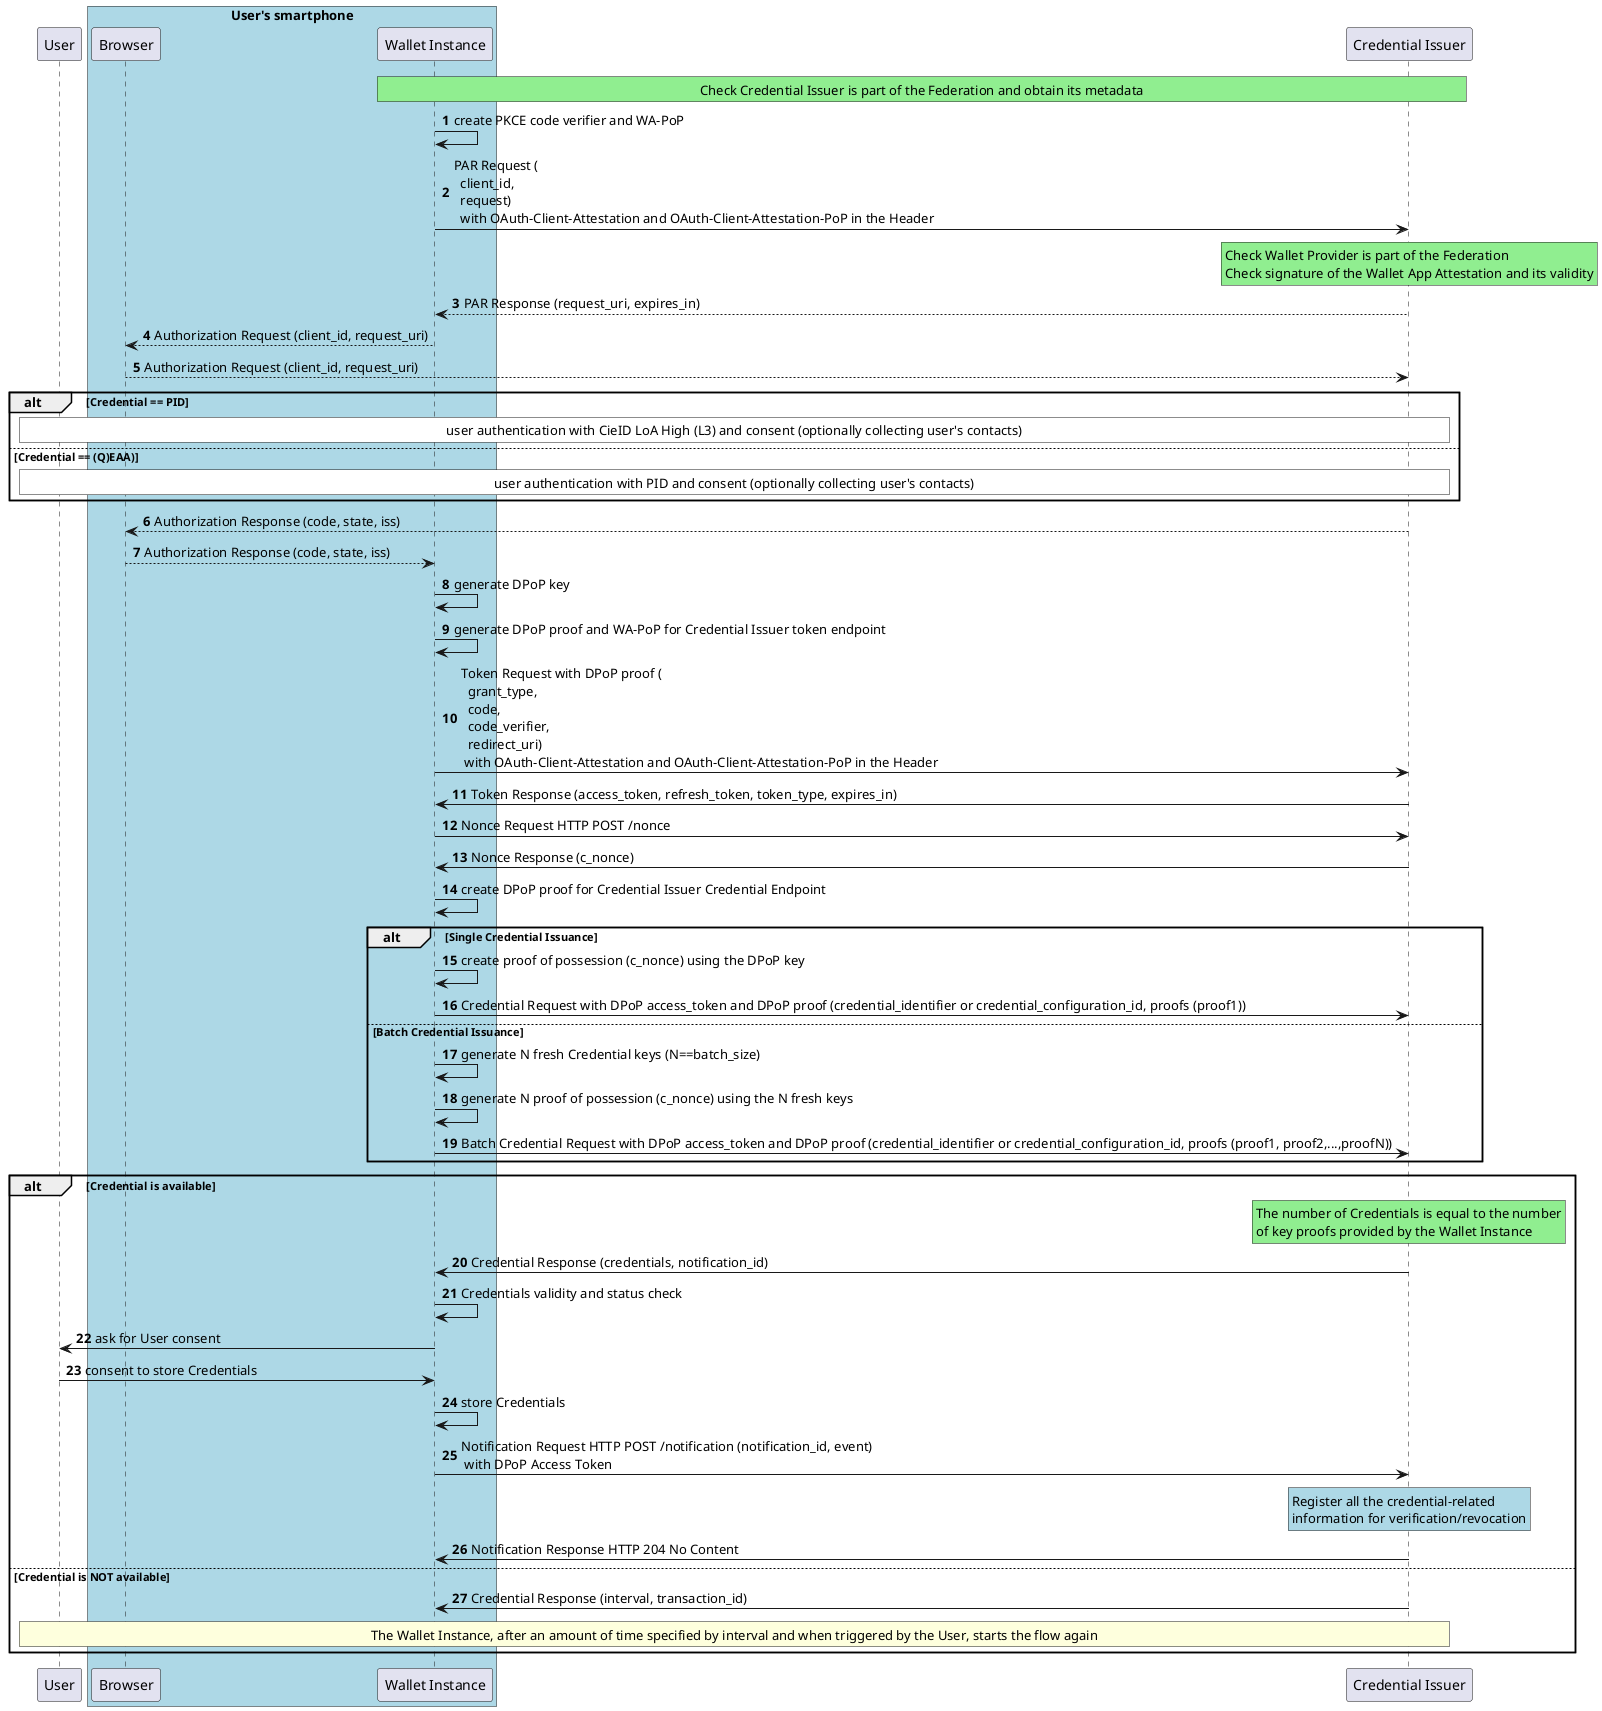
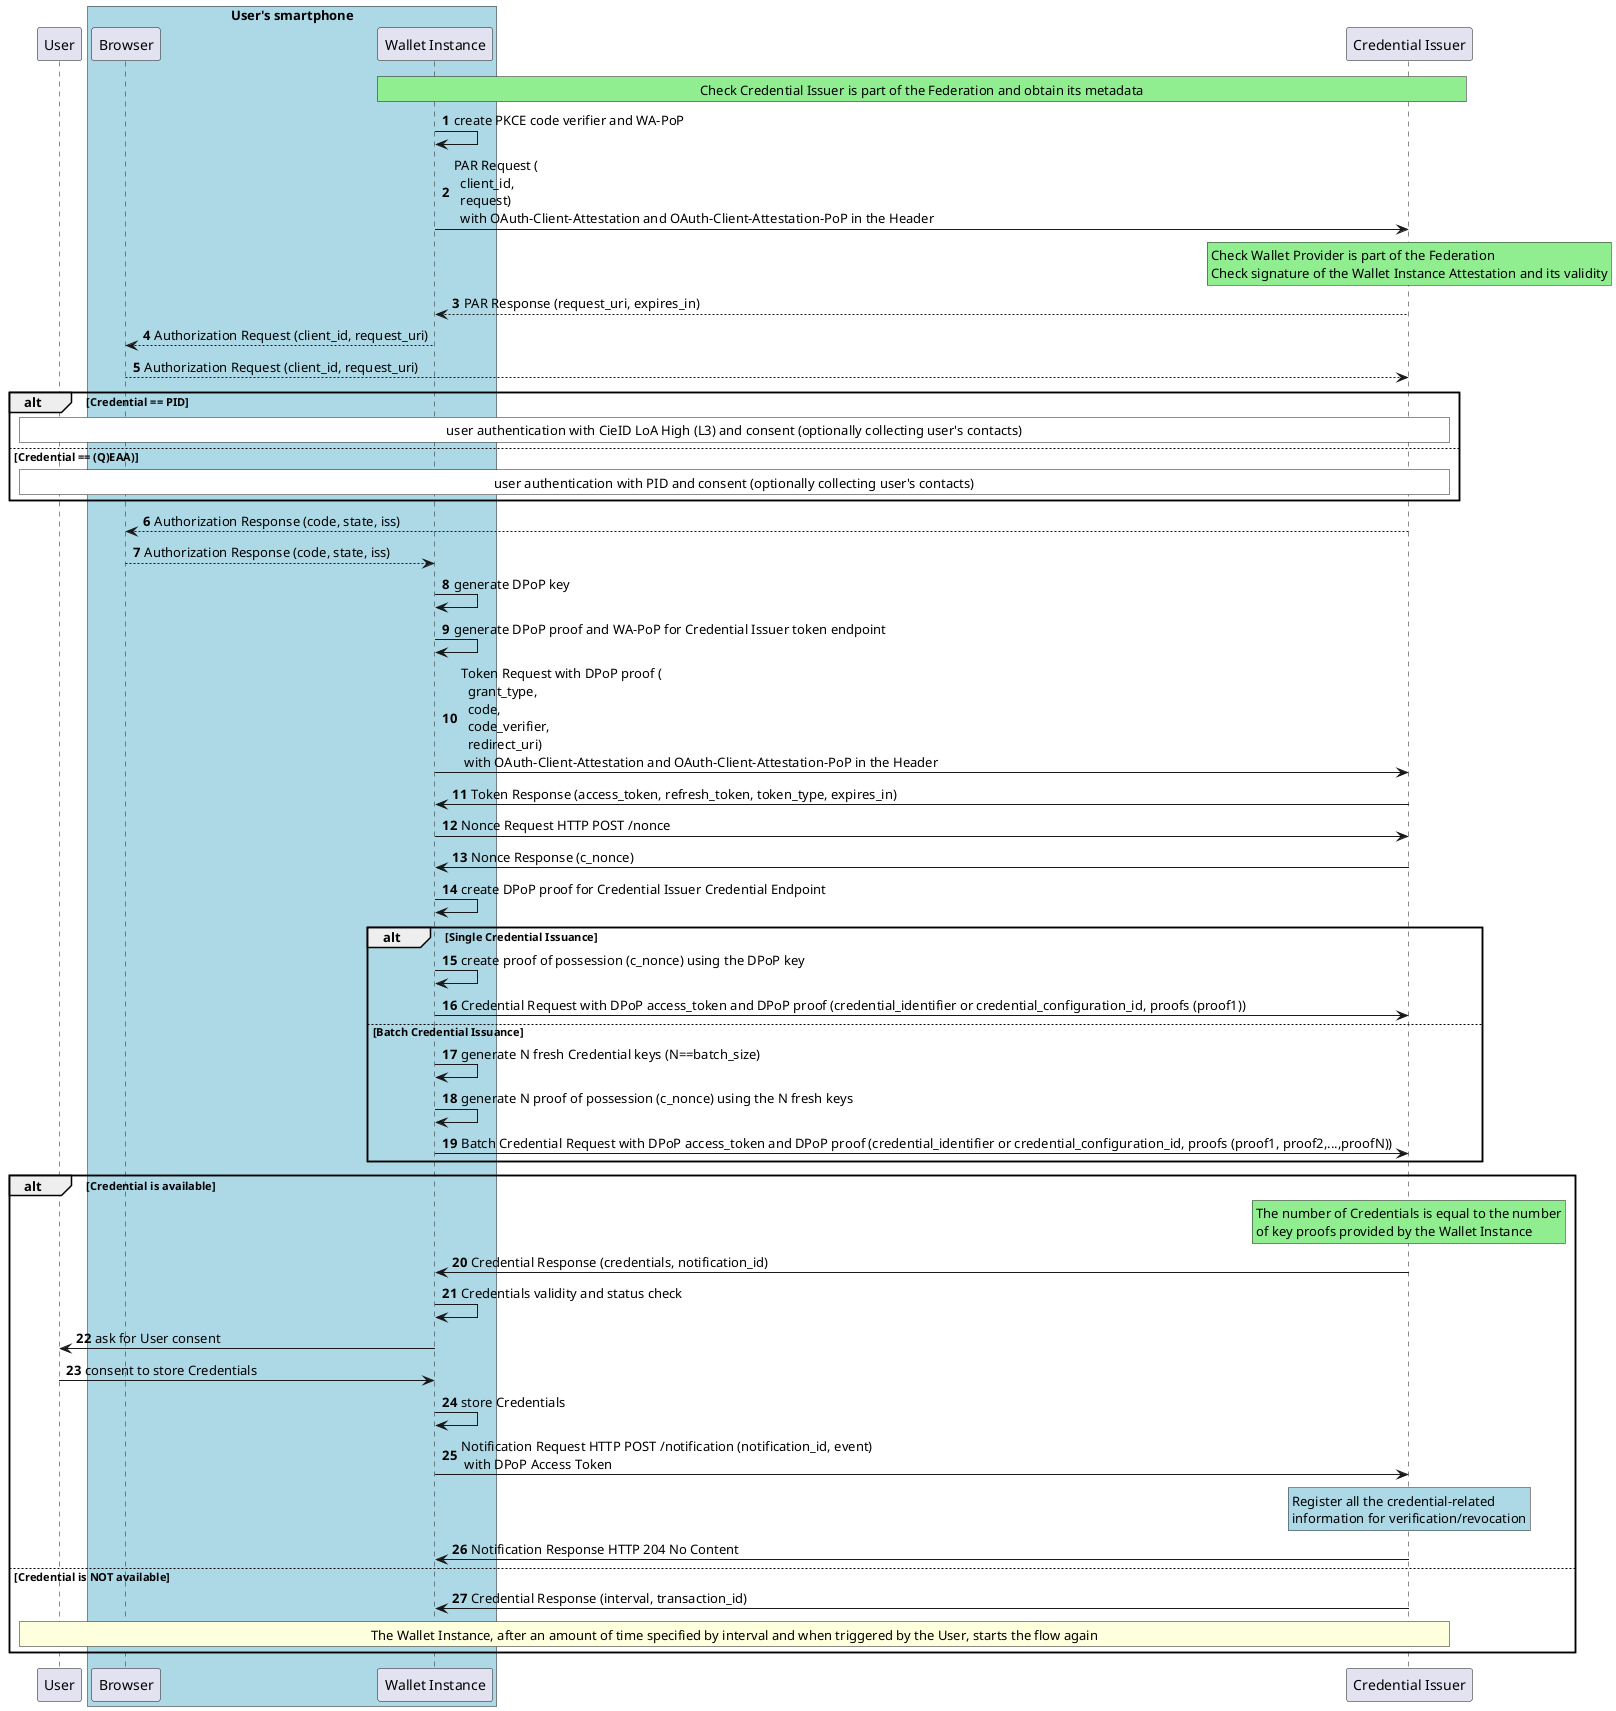
@startuml
autonumber

participant "User" as u

box "User's smartphone" #LightBlue
participant "Browser" as ua
participant "Wallet Instance" as w
end box

participant "Credential Issuer" as i



rnote over w,i #LIGHTGREEN
Check Credential Issuer is part of the Federation and obtain its metadata
endrnote


w -> w : create PKCE code verifier and WA-PoP

w -> i : PAR Request (\n  client_id,\n  request) \n  with OAuth-Client-Attestation and OAuth-Client-Attestation-PoP in the Header
rnote over i #LIGHTGREEN
Check Wallet Provider is part of the Federation
- Check signature of the Wallet App Attestation and its validity
+ Check signature of the Wallet Instance Attestation and its validity
endrnote


i --> w : PAR Response (request_uri, expires_in)


w --> ua: Authorization Request (client_id, request_uri)
ua --> i: Authorization Request (client_id, request_uri)

alt Credential == PID
rnote over i,u #WHITE
user authentication with CieID LoA High (L3) and consent (optionally collecting user's contacts)
endrnote
else Credential == (Q)EAA)
rnote over i,u #WHITE
user authentication with PID and consent (optionally collecting user's contacts)
endrnote
end

i --> ua : Authorization Response (code, state, iss)
ua --> w : Authorization Response (code, state, iss)

w -> w : generate DPoP key

w -> w : generate DPoP proof and WA-PoP for Credential Issuer token endpoint


w -> i : Token Request with DPoP proof (\n  grant_type,\n  code,\n  code_verifier,\n  redirect_uri) \n with OAuth-Client-Attestation and OAuth-Client-Attestation-PoP in the Header

i -> w : Token Response (access_token, refresh_token, token_type, expires_in)

w -> i : Nonce Request HTTP POST /nonce

i -> w : Nonce Response (c_nonce)


w  -> w : create DPoP proof for Credential Issuer Credential Endpoint

alt Single Credential Issuance

  w -> w : create proof of possession (c_nonce) using the DPoP key
  w -> i : Credential Request with DPoP access_token and DPoP proof (credential_identifier or credential_configuration_id, proofs (proof1))

else Batch Credential Issuance

  w -> w : generate N fresh Credential keys (N==batch_size)
  w -> w : generate N proof of possession (c_nonce) using the N fresh keys
  w -> i : Batch Credential Request with DPoP access_token and DPoP proof (credential_identifier or credential_configuration_id, proofs (proof1, proof2,...,proofN))

end

alt Credential is available

rnote over i #LIGHTGREEN
The number of Credentials is equal to the number
of key proofs provided by the Wallet Instance
endrnote

i -> w : Credential Response (credentials, notification_id)

w -> w : Credentials validity and status check

w -> u : ask for User consent
u -> w : consent to store Credentials

w -> w : store Credentials

w -> i : Notification Request HTTP POST /notification (notification_id, event) \n with DPoP Access Token

rnote over i #LIGHTBLUE
Register all the credential-related
information for verification/revocation
endrnote

i -> w : Notification Response HTTP 204 No Content

else Credential is NOT available
i -> w : Credential Response (interval, transaction_id)
rnote over u,i
The Wallet Instance, after an amount of time specified by interval and when triggered by the User, starts the flow again
endrnote
end
@enduml